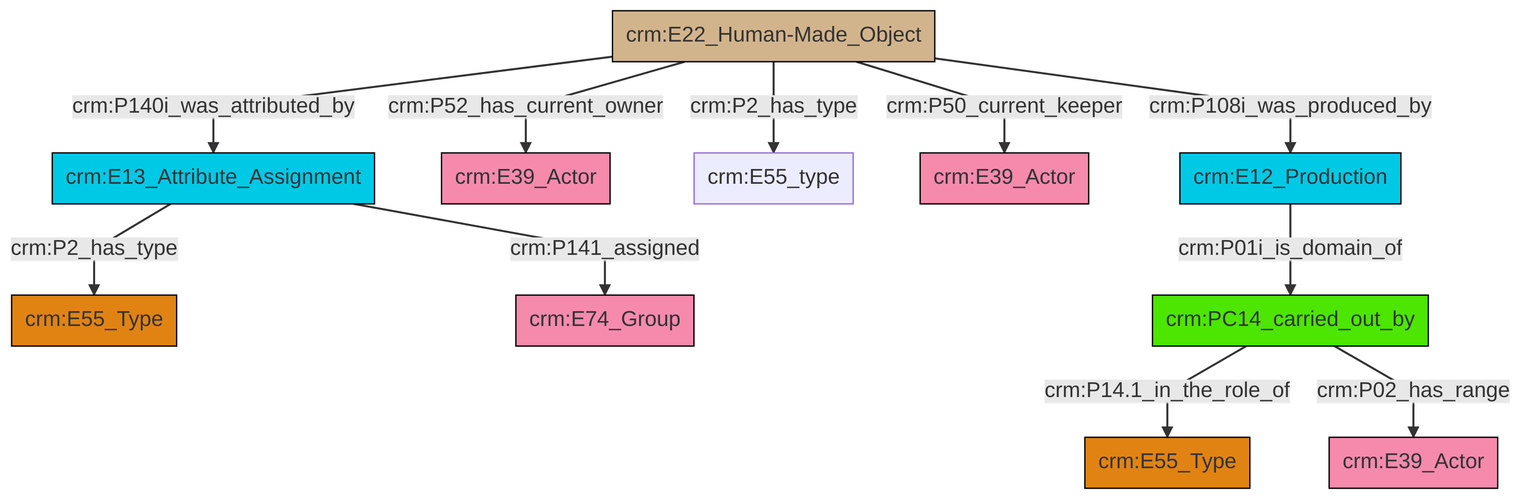
Before: et/artworkCSV/ttl/mmd/png/Artwork_Actor_Relations.png, a diagram exported from Mermaid (swiss-art-research-net/docs.swissartresearch). Its source is kept beside it as et/artworkCSV/ttl/mmd/Artwork_Actor_Relations.ttl.mmd.
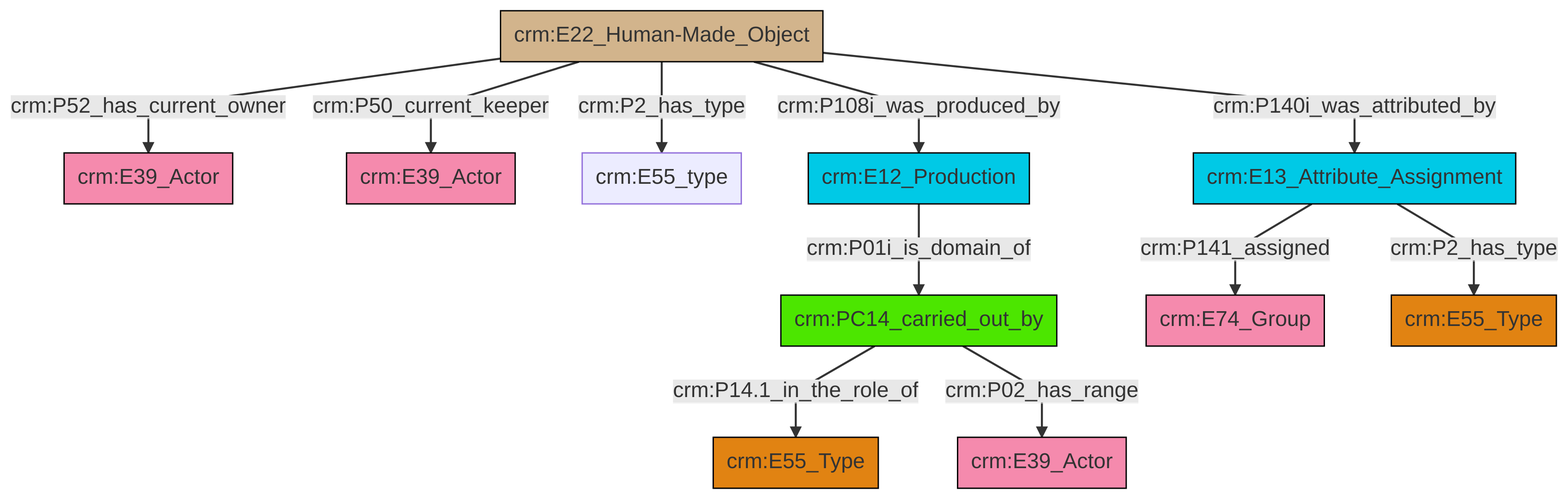
Later version of the same file.

Change to the diagram source:
```diff
@@ -13,13 +13,13 @@
 classDef PC_Classes fill:#4ce600, stroke:#000000;
 classDef Multi fill:#cccccc,stroke:#000000;
 
-11["crm:E22_Human-Made_Object"]:::Physical_Thing -->|crm:P140i_was_attributed_by| 5["crm:E13_Attribute_Assignment"]:::Temporal_Entity
-11["crm:E22_Human-Made_Object"]:::Physical_Thing -->|crm:P52_has_current_owner| 14["crm:E39_Actor"]:::Actor
-11["crm:E22_Human-Made_Object"]:::Physical_Thing -->|crm:P2_has_type| 15["crm:E55_type"]:::Default
-2["crm:E12_Production"]:::Temporal_Entity -->|crm:P01i_is_domain_of| 7["crm:PC14_carried_out_by"]:::PC_Classes
-7["crm:PC14_carried_out_by"]:::PC_Classes -->|crm:P14.1_in_the_role_of| 18["crm:E55_Type"]:::Type
-5["crm:E13_Attribute_Assignment"]:::Temporal_Entity -->|crm:P2_has_type| 0["crm:E55_Type"]:::Type
-5["crm:E13_Attribute_Assignment"]:::Temporal_Entity -->|crm:P141_assigned| 12["crm:E74_Group"]:::Actor
-7["crm:PC14_carried_out_by"]:::PC_Classes -->|crm:P02_has_range| 19["crm:E39_Actor"]:::Actor
-11["crm:E22_Human-Made_Object"]:::Physical_Thing -->|crm:P50_current_keeper| 9["crm:E39_Actor"]:::Actor
-11["crm:E22_Human-Made_Object"]:::Physical_Thing -->|crm:P108i_was_produced_by| 2["crm:E12_Production"]:::Temporal_Entity
+4["crm:PC14_carried_out_by"]:::PC_Classes -->|crm:P14.1_in_the_role_of| 5["crm:E55_Type"]:::Type
+6["crm:E22_Human-Made_Object"]:::Physical_Thing -->|crm:P52_has_current_owner| 0["crm:E39_Actor"]:::Actor
+7["crm:E13_Attribute_Assignment"]:::Temporal_Entity -->|crm:P141_assigned| 2["crm:E74_Group"]:::Actor
+6["crm:E22_Human-Made_Object"]:::Physical_Thing -->|crm:P50_current_keeper| 8["crm:E39_Actor"]:::Actor
+6["crm:E22_Human-Made_Object"]:::Physical_Thing -->|crm:P2_has_type| 11["crm:E55_type"]:::Default
+6["crm:E22_Human-Made_Object"]:::Physical_Thing -->|crm:P108i_was_produced_by| 16["crm:E12_Production"]:::Temporal_Entity
+16["crm:E12_Production"]:::Temporal_Entity -->|crm:P01i_is_domain_of| 4["crm:PC14_carried_out_by"]:::PC_Classes
+6["crm:E22_Human-Made_Object"]:::Physical_Thing -->|crm:P140i_was_attributed_by| 7["crm:E13_Attribute_Assignment"]:::Temporal_Entity
+4["crm:PC14_carried_out_by"]:::PC_Classes -->|crm:P02_has_range| 18["crm:E39_Actor"]:::Actor
+7["crm:E13_Attribute_Assignment"]:::Temporal_Entity -->|crm:P2_has_type| 14["crm:E55_Type"]:::Type
```
